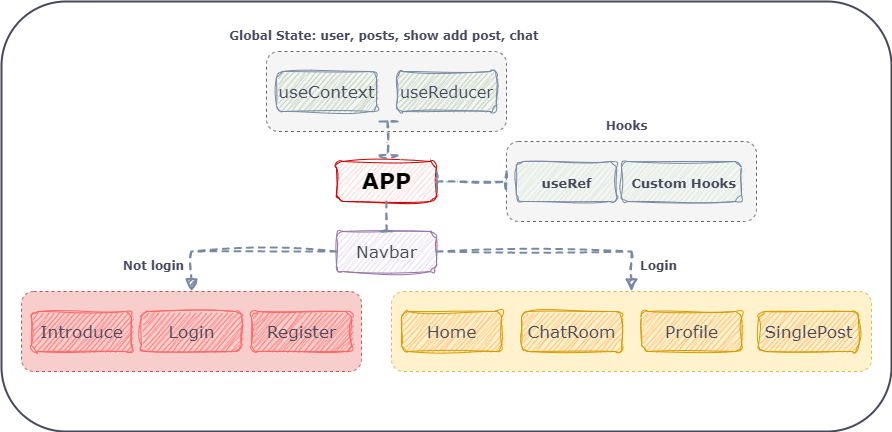
This is src/images/structure.png from Penny1122/Social_Tree, a draw.io export, as it was before one commit. Source tidied: cells renumbered, new cells last; positions are measured from the earlier drawing's top-left corner, leaving out a move shared by most shapes.
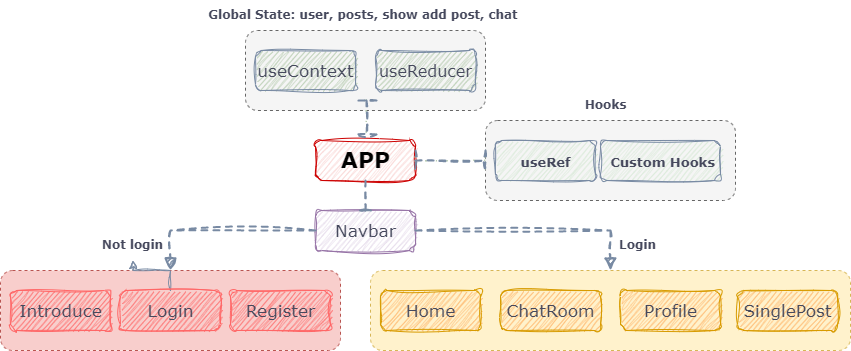
The same diagram one commit later.

What changed in the source:
```diff
@@ -2,9 +2,6 @@
   <root>
     <mxCell id="0" />
     <mxCell id="1" parent="0" />
-    <mxCell id="2" style="rounded=1;whiteSpace=wrap;html=1;hachureGap=4;strokeColor=#46495D;fontFamily=Architects Daughter;fontSource=https%3A%2F%2Ffonts.googleapis.com%2Fcss%3Ffamily%3DArchitects%2BDaughter;fontSize=20;fontColor=#46495D;fillColor=none;strokeWidth=2;" parent="1" vertex="1">
-      <mxGeometry width="890" height="430" as="geometry" />
-    </mxCell>
     <mxCell id="3" style="rounded=1;whiteSpace=wrap;html=1;fillColor=#fff2cc;dashed=1;strokeColor=#d6b656;labelBackgroundColor=none;fontFamily=Verdana;" parent="1" vertex="1">
       <mxGeometry x="390" y="290" width="480" height="80" as="geometry" />
     </mxCell>
@@ -50,6 +47,9 @@
     <mxCell id="17" value="&lt;span style=&quot;font-weight: normal;&quot;&gt;&lt;font style=&quot;font-size: 17px;&quot;&gt;Introduce&lt;/font&gt;&lt;/span&gt;" style="text;html=1;fontSize=19;fontStyle=1;verticalAlign=middle;align=center;sketch=1;curveFitting=1;jiggle=2;fillColor=#FF6666;strokeColor=#FF6666;fontFamily=Verdana;rounded=1;labelBackgroundColor=none;fontColor=#46495D;" parent="1" vertex="1">
       <mxGeometry x="30" y="310" width="100" height="40" as="geometry" />
     </mxCell>
+    <mxCell id="29" style="edgeStyle=orthogonalEdgeStyle;rounded=0;sketch=1;hachureGap=4;jiggle=2;curveFitting=1;jettySize=auto;html=1;strokeColor=#788AA3;fontFamily=Architects Daughter;fontSource=https%3A%2F%2Ffonts.googleapis.com%2Fcss%3Ffamily%3DArchitects%2BDaughter;fontSize=16;fontColor=#46495D;fillColor=#B2C9AB;" parent="1" edge="1" source="18" target="24">
+      <mxGeometry relative="1" as="geometry" />
+    </mxCell>
     <mxCell id="18" value="&lt;span style=&quot;font-weight: normal;&quot;&gt;&lt;font style=&quot;font-size: 17px;&quot;&gt;Login&lt;/font&gt;&lt;/span&gt;" style="text;html=1;fontSize=19;fontStyle=1;verticalAlign=middle;align=center;sketch=1;curveFitting=1;jiggle=2;fillColor=#FF6666;strokeColor=#FF6666;fontFamily=Verdana;rounded=1;labelBackgroundColor=none;fontColor=#46495D;" parent="1" vertex="1">
       <mxGeometry x="140" y="310" width="100" height="40" as="geometry" />
     </mxCell>
```
